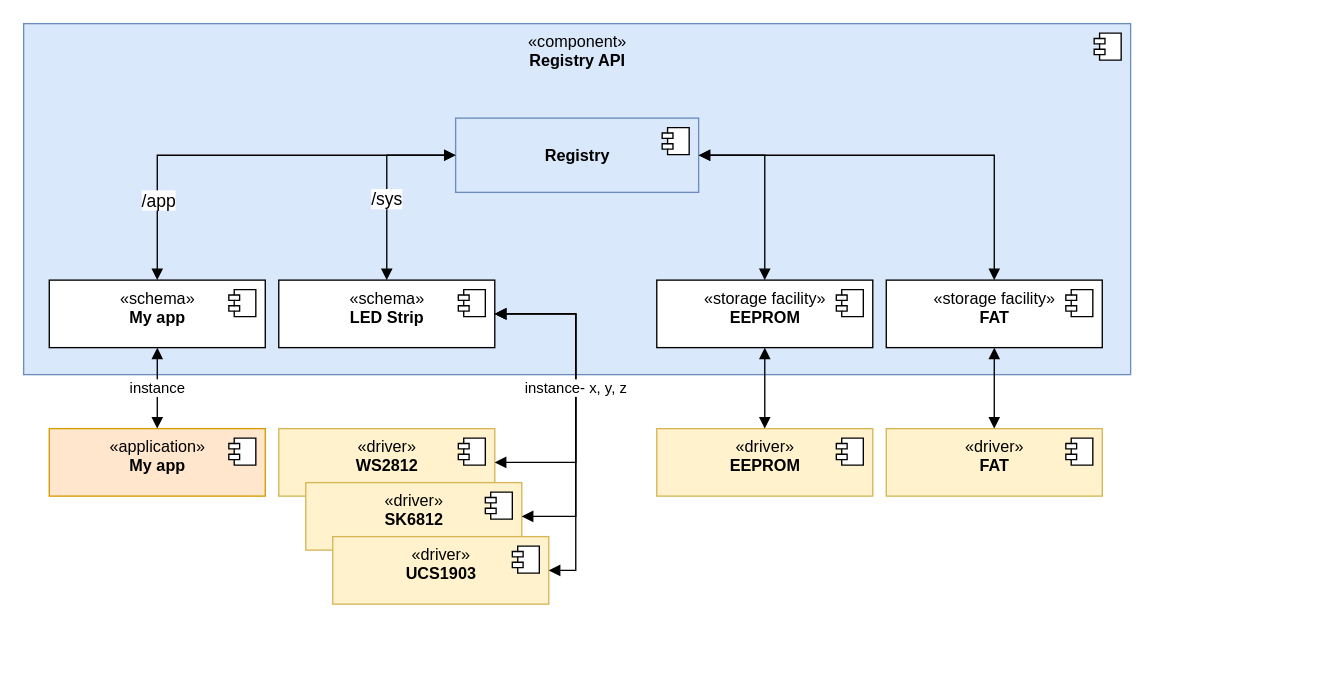
Earlier version of the draw.io diagram docs/design/components.drawio (LasseRosenow/RIOT). Source tidied: cells renumbered, new cells numbered last; positions are measured from the earlier drawing's top-left corner, leaving out a move shared by most shapes. Both pictures are drawn from the tidied source at 135%, with x=0, y=0 at pixel (23, 23).
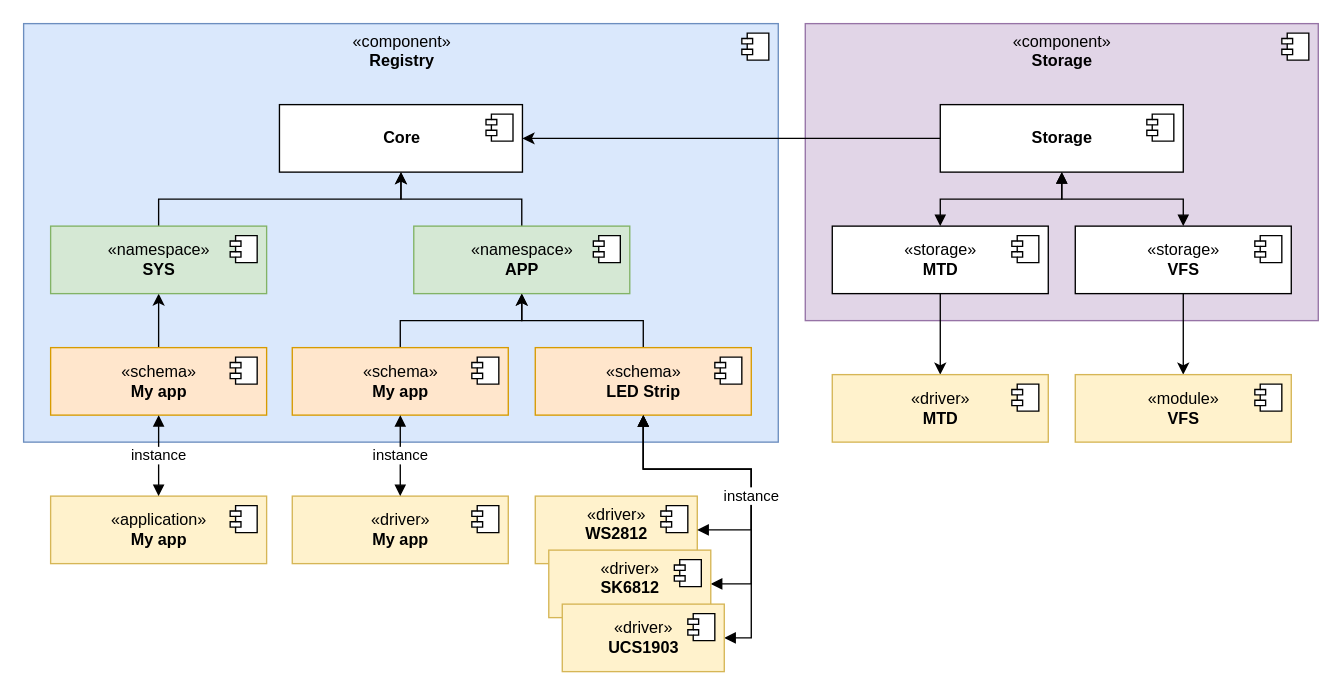
The same diagram, later.

Diff of the diagram source:
```diff
@@
+    <mxCell id="37" value="«component»&lt;br&gt;&lt;b&gt;Storage&lt;/b&gt;" style="html=1;verticalAlign=top;fillColor=#e1d5e7;strokeColor=#9673a6;" parent="1" vertex="1">
+      <mxGeometry x="579" width="380" height="220" as="geometry" />
+    </mxCell>
+    <mxCell id="38" style="shape=module;jettyWidth=8;jettyHeight=4;" parent="37" vertex="1">
+      <mxGeometry x="1" width="20" height="20" relative="1" as="geometry">
+        <mxPoint x="-27" y="7" as="offset" />
+      </mxGeometry>
+    </mxCell>
-    <mxCell id="2" value="«component»&lt;br&gt;&lt;b&gt;Registry API&lt;/b&gt;" style="html=1;verticalAlign=top;fillColor=#dae8fc;strokeColor=#6c8ebf;" parent="1" vertex="1">
-      <mxGeometry width="820" height="260" as="geometry" />
+    <mxCell id="2" value="«component»&lt;br&gt;&lt;b&gt;Registry&lt;/b&gt;" style="html=1;verticalAlign=top;fillColor=#dae8fc;strokeColor=#6c8ebf;" parent="1" vertex="1">
+      <mxGeometry width="559" height="310" as="geometry" />
     </mxCell>
@@
+    <mxCell id="39" style="edgeStyle=elbowEdgeStyle;rounded=0;elbow=vertical;html=1;" parent="1" edge="1" source="4" target="44">
+      <mxGeometry relative="1" as="geometry" />
+    </mxCell>
-    <mxCell id="4" value="«schema»&lt;br&gt;&lt;b&gt;My app&lt;/b&gt;" style="html=1;verticalAlign=top;" parent="1" vertex="1">
-      <mxGeometry x="19" y="190" width="160" height="50" as="geometry" />
+    <mxCell id="4" value="«schema»&lt;br&gt;&lt;b&gt;My app&lt;/b&gt;" style="html=1;verticalAlign=middle;fillColor=#ffe6cc;strokeColor=#d79b00;" parent="1" vertex="1">
+      <mxGeometry x="20" y="240" width="160" height="50" as="geometry" />
     </mxCell>
@@
+    <mxCell id="40" style="edgeStyle=elbowEdgeStyle;html=1;elbow=vertical;rounded=0;" parent="1" edge="1" source="6" target="47">
+      <mxGeometry relative="1" as="geometry" />
+    </mxCell>
-    <mxCell id="6" value="«schema»&lt;br&gt;&lt;b&gt;LED Strip&lt;/b&gt;" style="html=1;verticalAlign=top;" parent="1" vertex="1">
-      <mxGeometry x="189" y="190" width="160" height="50" as="geometry" />
+    <mxCell id="6" value="«schema»&lt;br&gt;&lt;b&gt;LED Strip&lt;/b&gt;" style="html=1;verticalAlign=middle;fillColor=#ffe6cc;strokeColor=#d79b00;" parent="1" vertex="1">
+      <mxGeometry x="379" y="240" width="160" height="50" as="geometry" />
     </mxCell>
@@
-    <mxCell id="8" value="&lt;b&gt;&lt;br&gt;Registry&lt;/b&gt;" style="html=1;verticalAlign=top;fillColor=#dae8fc;strokeColor=#6c8ebf;" parent="1" vertex="1">
-      <mxGeometry x="320" y="70" width="180" height="55" as="geometry" />
+    <mxCell id="8" value="&lt;b&gt;Core&lt;/b&gt;" style="html=1;verticalAlign=middle;" parent="1" vertex="1">
+      <mxGeometry x="189.5" y="60" width="180" height="50" as="geometry" />
     </mxCell>
@@
-    <mxCell id="10" style="endArrow=block;startArrow=block;endFill=1;startFill=1;html=1;edgeStyle=orthogonalEdgeStyle;rounded=0;entryX=0;entryY=0.5;entryDx=0;entryDy=0;" parent="1" edge="1" source="4" target="8">
-      <mxGeometry relative="1" as="geometry">
-        <Array as="points">
-          <mxPoint x="99" y="98" />
-        </Array>
-      </mxGeometry>
-    </mxCell>
-    <mxCell id="11" value="&lt;font style=&quot;font-size: 13px&quot;&gt;/app&lt;/font&gt;" style="edgeLabel;html=1;align=center;verticalAlign=middle;" parent="10" vertex="1">
-      <mxGeometry x="-0.6" y="3" relative="1" as="geometry">
-        <mxPoint x="3" y="3" as="offset" />
-      </mxGeometry>
-    </mxCell>
-    <mxCell id="12" value="&lt;font style=&quot;font-size: 13px&quot;&gt;/sys&lt;/font&gt;" style="endArrow=block;startArrow=block;endFill=1;startFill=1;html=1;edgeStyle=orthogonalEdgeStyle;rounded=0;entryX=0;entryY=0.5;entryDx=0;entryDy=0;" parent="1" edge="1" source="6" target="8">
-      <mxGeometry x="-0.16" relative="1" as="geometry">
-        <Array as="points">
-          <mxPoint x="269" y="98" />
-        </Array>
-      </mxGeometry>
-    </mxCell>
     <mxCell id="13" value="«driver»&lt;br&gt;&lt;b&gt;WS2812&lt;/b&gt;" style="html=1;verticalAlign=top;fillColor=#fff2cc;strokeColor=#d6b656;" parent="1" vertex="1">
-      <mxGeometry x="189" y="300" width="160" height="50" as="geometry" />
+      <mxGeometry x="379" y="350" width="120" height="50" as="geometry" />
     </mxCell>
@@
-    <mxCell id="15" value="«driver»&lt;br&gt;&lt;b&gt;SK6812&lt;/b&gt;" style="html=1;verticalAlign=top;fillColor=#fff2cc;strokeColor=#d6b656;" parent="1" vertex="1">
-      <mxGeometry x="209" y="340" width="160" height="50" as="geometry" />
-    </mxCell>
-    <mxCell id="16" style="shape=module;jettyWidth=8;jettyHeight=4;" parent="15" vertex="1">
-      <mxGeometry x="1" width="20" height="20" relative="1" as="geometry">
-        <mxPoint x="-27" y="7" as="offset" />
-      </mxGeometry>
-    </mxCell>
-    <mxCell id="17" value="«application»&lt;br&gt;&lt;b&gt;My app&lt;/b&gt;" style="html=1;verticalAlign=top;fillColor=#ffe6cc;strokeColor=#d79b00;" parent="1" vertex="1">
-      <mxGeometry x="19" y="300" width="160" height="50" as="geometry" />
+    <mxCell id="17" value="«application»&lt;br&gt;&lt;b&gt;My app&lt;/b&gt;" style="html=1;verticalAlign=middle;fillColor=#fff2cc;strokeColor=#d6b656;" parent="1" vertex="1">
+      <mxGeometry x="20" y="350" width="160" height="50" as="geometry" />
     </mxCell>
@@
+    <mxCell id="41" style="edgeStyle=none;html=1;" parent="1" edge="1" source="19" target="25">
+      <mxGeometry relative="1" as="geometry" />
+    </mxCell>
-    <mxCell id="19" value="«storage facility»&lt;br&gt;&lt;b&gt;EEPROM&lt;/b&gt;" style="html=1;verticalAlign=top;" parent="1" vertex="1">
-      <mxGeometry x="469" y="190" width="160" height="50" as="geometry" />
+    <mxCell id="19" value="«storage»&lt;br&gt;&lt;b&gt;VFS&lt;/b&gt;" style="html=1;verticalAlign=middle;" parent="1" vertex="1">
+      <mxGeometry x="779" y="150" width="160" height="50" as="geometry" />
     </mxCell>
@@
+    <mxCell id="42" style="edgeStyle=none;html=1;" parent="1" edge="1" source="21" target="27">
+      <mxGeometry relative="1" as="geometry" />
+    </mxCell>
-    <mxCell id="21" value="«storage facility»&lt;br&gt;&lt;b&gt;FAT&lt;/b&gt;" style="html=1;verticalAlign=top;" parent="1" vertex="1">
-      <mxGeometry x="639" y="190" width="160" height="50" as="geometry" />
+    <mxCell id="21" value="«storage»&lt;br&gt;&lt;b&gt;MTD&lt;/b&gt;" style="html=1;verticalAlign=middle;" parent="1" vertex="1">
+      <mxGeometry x="599" y="150" width="160" height="50" as="geometry" />
     </mxCell>
@@
-    <mxCell id="23" style="endArrow=block;startArrow=block;endFill=1;startFill=1;html=1;edgeStyle=orthogonalEdgeStyle;rounded=0;entryX=1;entryY=0.5;entryDx=0;entryDy=0;" parent="1" edge="1" source="19" target="8">
-      <mxGeometry relative="1" as="geometry">
-        <Array as="points">
-          <mxPoint x="549" y="98" />
-        </Array>
-      </mxGeometry>
-    </mxCell>
-    <mxCell id="24" style="endArrow=block;startArrow=block;endFill=1;startFill=1;html=1;edgeStyle=orthogonalEdgeStyle;rounded=0;entryX=1;entryY=0.5;entryDx=0;entryDy=0;" parent="1" edge="1" source="21" target="8">
-      <mxGeometry relative="1" as="geometry">
-        <Array as="points">
-          <mxPoint x="719" y="98" />
-        </Array>
-      </mxGeometry>
-    </mxCell>
-    <mxCell id="25" value="«driver»&lt;br&gt;&lt;b&gt;EEPROM&lt;/b&gt;" style="html=1;verticalAlign=top;fillColor=#fff2cc;strokeColor=#d6b656;" parent="1" vertex="1">
-      <mxGeometry x="469" y="300" width="160" height="50" as="geometry" />
+    <mxCell id="25" value="«module»&lt;br&gt;&lt;b&gt;VFS&lt;/b&gt;" style="html=1;verticalAlign=middle;fillColor=#fff2cc;strokeColor=#d6b656;" parent="1" vertex="1">
+      <mxGeometry x="779" y="260" width="160" height="50" as="geometry" />
     </mxCell>
@@
-    <mxCell id="27" value="«driver»&lt;br&gt;&lt;b&gt;FAT&lt;/b&gt;" style="html=1;verticalAlign=top;fillColor=#fff2cc;strokeColor=#d6b656;" parent="1" vertex="1">
-      <mxGeometry x="639" y="300" width="160" height="50" as="geometry" />
+    <mxCell id="27" value="«driver»&lt;br&gt;&lt;b&gt;MTD&lt;/b&gt;" style="html=1;verticalAlign=middle;fillColor=#fff2cc;strokeColor=#d6b656;" parent="1" vertex="1">
+      <mxGeometry x="599" y="260" width="160" height="50" as="geometry" />
     </mxCell>
@@
-    <mxCell id="29" style="endArrow=block;startArrow=block;endFill=1;startFill=1;html=1;edgeStyle=orthogonalEdgeStyle;rounded=0;" parent="1" edge="1" source="25" target="19">
-      <mxGeometry relative="1" as="geometry">
-        <Array as="points">
-          <mxPoint x="549" y="210" />
-          <mxPoint x="549" y="210" />
-        </Array>
-      </mxGeometry>
-    </mxCell>
-    <mxCell id="30" style="endArrow=block;startArrow=block;endFill=1;startFill=1;html=1;edgeStyle=orthogonalEdgeStyle;rounded=0;" parent="1" edge="1" source="27" target="21">
-      <mxGeometry relative="1" as="geometry">
-        <Array as="points">
-          <mxPoint x="719" y="260" />
-          <mxPoint x="719" y="260" />
-        </Array>
-      </mxGeometry>
-    </mxCell>
-    <mxCell id="31" value="«driver»&lt;br&gt;&lt;b&gt;UCS1903&lt;/b&gt;" style="html=1;verticalAlign=top;fillColor=#fff2cc;strokeColor=#d6b656;" parent="1" vertex="1">
-      <mxGeometry x="229" y="380" width="160" height="50" as="geometry" />
-    </mxCell>
-    <mxCell id="32" style="shape=module;jettyWidth=8;jettyHeight=4;" parent="31" vertex="1">
-      <mxGeometry x="1" width="20" height="20" relative="1" as="geometry">
-        <mxPoint x="-27" y="7" as="offset" />
-      </mxGeometry>
-    </mxCell>
@@
-    <mxCell id="34" style="endArrow=block;startArrow=block;endFill=1;startFill=1;html=1;edgeStyle=orthogonalEdgeStyle;rounded=0;" parent="1" edge="1" source="31" target="6">
+    <mxCell id="34" style="endArrow=block;startArrow=block;endFill=1;startFill=1;html=1;edgeStyle=orthogonalEdgeStyle;rounded=0;entryX=0.5;entryY=1;entryDx=0;entryDy=0;" parent="1" edge="1" source="31" target="6">
       <mxGeometry relative="1" as="geometry">
         <Array as="points">
-          <mxPoint x="409" y="405" />
-          <mxPoint x="409" y="215" />
+          <mxPoint x="539" y="455" />
+          <mxPoint x="539" y="330" />
+          <mxPoint x="459" y="330" />
         </Array>
       </mxGeometry>
     </mxCell>
-    <mxCell id="35" style="endArrow=block;startArrow=block;endFill=1;startFill=1;html=1;edgeStyle=orthogonalEdgeStyle;rounded=0;" parent="1" edge="1" source="15" target="6">
+    <mxCell id="35" style="endArrow=block;startArrow=block;endFill=1;startFill=1;html=1;edgeStyle=orthogonalEdgeStyle;rounded=0;entryX=0.5;entryY=1;entryDx=0;entryDy=0;" parent="1" edge="1" source="15" target="6">
       <mxGeometry relative="1" as="geometry">
         <Array as="points">
-          <mxPoint x="409" y="365" />
-          <mxPoint x="409" y="215" />
+          <mxPoint x="539" y="415" />
+          <mxPoint x="539" y="330" />
+          <mxPoint x="459" y="330" />
         </Array>
       </mxGeometry>
     </mxCell>
-    <mxCell id="36" value="instance- x, y, z" style="endArrow=block;startArrow=block;endFill=1;startFill=1;html=1;edgeStyle=orthogonalEdgeStyle;rounded=0;" parent="1" edge="1" source="13" target="6">
-      <mxGeometry relative="1" as="geometry">
+    <mxCell id="36" value="instance" style="endArrow=block;startArrow=block;endFill=1;startFill=1;html=1;edgeStyle=orthogonalEdgeStyle;rounded=0;entryX=0.5;entryY=1;entryDx=0;entryDy=0;" parent="1" edge="1" source="13" target="6">
+      <mxGeometry x="-0.37" relative="1" as="geometry">
         <Array as="points">
-          <mxPoint x="409" y="325" />
-          <mxPoint x="409" y="215" />
+          <mxPoint x="539" y="375" />
+          <mxPoint x="539" y="330" />
+          <mxPoint x="459" y="330" />
         </Array>
       </mxGeometry>
     </mxCell>
+    <mxCell id="43" style="edgeStyle=orthogonalEdgeStyle;rounded=0;elbow=vertical;html=1;entryX=0.5;entryY=1;entryDx=0;entryDy=0;exitX=0.5;exitY=0;exitDx=0;exitDy=0;" parent="1" edge="1" source="44" target="8">
+      <mxGeometry relative="1" as="geometry" />
+    </mxCell>
+    <mxCell id="44" value="«namespace»&lt;br&gt;&lt;b&gt;SYS&lt;/b&gt;" style="html=1;verticalAlign=middle;fillColor=#d5e8d4;strokeColor=#82b366;" parent="1" vertex="1">
+      <mxGeometry x="20" y="150" width="160" height="50" as="geometry" />
+    </mxCell>
+    <mxCell id="45" style="shape=module;jettyWidth=8;jettyHeight=4;" parent="44" vertex="1">
+      <mxGeometry x="1" width="20" height="20" relative="1" as="geometry">
+        <mxPoint x="-27" y="7" as="offset" />
+      </mxGeometry>
+    </mxCell>
+    <mxCell id="46" style="edgeStyle=elbowEdgeStyle;rounded=0;elbow=vertical;html=1;" parent="1" edge="1" source="47" target="8">
+      <mxGeometry relative="1" as="geometry" />
+    </mxCell>
+    <mxCell id="47" value="«namespace»&lt;br&gt;&lt;b&gt;APP&lt;/b&gt;" style="html=1;verticalAlign=middle;fillColor=#d5e8d4;strokeColor=#82b366;" parent="1" vertex="1">
+      <mxGeometry x="289" y="150" width="160" height="50" as="geometry" />
+    </mxCell>
+    <mxCell id="48" style="shape=module;jettyWidth=8;jettyHeight=4;" parent="47" vertex="1">
+      <mxGeometry x="1" width="20" height="20" relative="1" as="geometry">
+        <mxPoint x="-27" y="7" as="offset" />
+      </mxGeometry>
+    </mxCell>
+    <mxCell id="49" style="edgeStyle=elbowEdgeStyle;rounded=0;elbow=vertical;html=1;" parent="1" edge="1" source="50" target="47">
+      <mxGeometry relative="1" as="geometry" />
+    </mxCell>
+    <mxCell id="50" value="«schema»&lt;br&gt;&lt;b&gt;My app&lt;/b&gt;" style="html=1;verticalAlign=middle;fillColor=#ffe6cc;strokeColor=#d79b00;" parent="1" vertex="1">
+      <mxGeometry x="199" y="240" width="160" height="50" as="geometry" />
+    </mxCell>
+    <mxCell id="51" style="shape=module;jettyWidth=8;jettyHeight=4;" parent="50" vertex="1">
+      <mxGeometry x="1" width="20" height="20" relative="1" as="geometry">
+        <mxPoint x="-27" y="7" as="offset" />
+      </mxGeometry>
+    </mxCell>
+    <mxCell id="52" value="«driver»&lt;br&gt;&lt;b&gt;My app&lt;/b&gt;" style="html=1;verticalAlign=middle;fillColor=#fff2cc;strokeColor=#d6b656;" parent="1" vertex="1">
+      <mxGeometry x="199" y="350" width="160" height="50" as="geometry" />
+    </mxCell>
+    <mxCell id="53" style="shape=module;jettyWidth=8;jettyHeight=4;" parent="52" vertex="1">
+      <mxGeometry x="1" width="20" height="20" relative="1" as="geometry">
+        <mxPoint x="-27" y="7" as="offset" />
+      </mxGeometry>
+    </mxCell>
+    <mxCell id="54" value="instance" style="endArrow=block;startArrow=block;endFill=1;startFill=1;html=1;edgeStyle=orthogonalEdgeStyle;rounded=0;" parent="1" edge="1" source="52" target="50">
+      <mxGeometry relative="1" as="geometry" />
+    </mxCell>
+    <mxCell id="55" style="edgeStyle=orthogonalEdgeStyle;rounded=0;html=1;elbow=vertical;" parent="1" edge="1" source="56" target="8">
+      <mxGeometry relative="1" as="geometry" />
+    </mxCell>
+    <mxCell id="56" value="&lt;b&gt;Storage&lt;/b&gt;" style="html=1;verticalAlign=middle;" parent="1" vertex="1">
+      <mxGeometry x="679" y="60" width="180" height="50" as="geometry" />
+    </mxCell>
+    <mxCell id="57" style="shape=module;jettyWidth=8;jettyHeight=4;" parent="56" vertex="1">
+      <mxGeometry x="1" width="20" height="20" relative="1" as="geometry">
+        <mxPoint x="-27" y="7" as="offset" />
+      </mxGeometry>
+    </mxCell>
+    <mxCell id="58" style="endArrow=block;startArrow=block;endFill=1;startFill=1;html=1;edgeStyle=orthogonalEdgeStyle;rounded=0;" parent="1" edge="1" source="21" target="56">
+      <mxGeometry relative="1" as="geometry" />
+    </mxCell>
+    <mxCell id="59" style="endArrow=block;startArrow=block;endFill=1;startFill=1;html=1;edgeStyle=orthogonalEdgeStyle;rounded=0;" parent="1" edge="1" source="19" target="56">
+      <mxGeometry relative="1" as="geometry" />
+    </mxCell>
+    <mxCell id="15" value="«driver»&lt;br&gt;&lt;b&gt;SK6812&lt;/b&gt;" style="html=1;verticalAlign=top;fillColor=#fff2cc;strokeColor=#d6b656;" parent="1" vertex="1">
+      <mxGeometry x="389" y="390" width="120" height="50" as="geometry" />
+    </mxCell>
+    <mxCell id="60" style="shape=module;jettyWidth=8;jettyHeight=4;" parent="15" vertex="1">
+      <mxGeometry x="1" width="20" height="20" relative="1" as="geometry">
+        <mxPoint x="-27" y="7" as="offset" />
+      </mxGeometry>
+    </mxCell>
+    <mxCell id="31" value="«driver»&lt;br&gt;&lt;b&gt;UCS1903&lt;/b&gt;" style="html=1;verticalAlign=middle;fillColor=#fff2cc;strokeColor=#d6b656;" parent="1" vertex="1">
+      <mxGeometry x="399" y="430" width="120" height="50" as="geometry" />
+    </mxCell>
+    <mxCell id="61" style="shape=module;jettyWidth=8;jettyHeight=4;" parent="31" vertex="1">
+      <mxGeometry x="1" width="20" height="20" relative="1" as="geometry">
+        <mxPoint x="-27" y="7" as="offset" />
+      </mxGeometry>
+    </mxCell>
```
